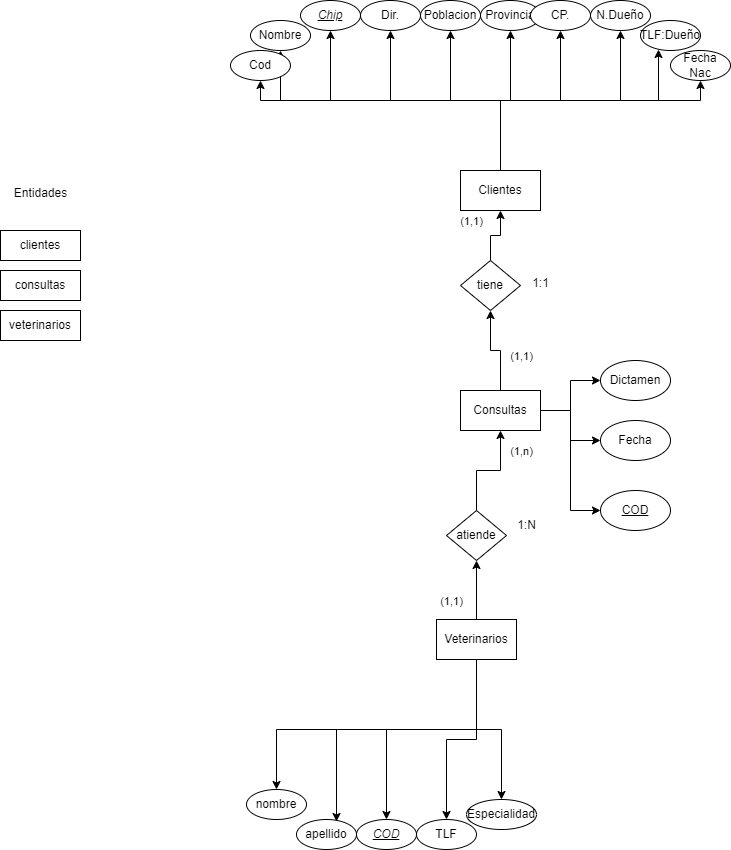
adogonz23/BAE keeps this draw.io diagram as Ejercicios/images/Diagrama_BAE_E4.drawio.png. Above is the earlier version. Source tidied: cells renumbered, new cells last; positions are measured from the earlier drawing's top-left corner, leaving out a move shared by most shapes.
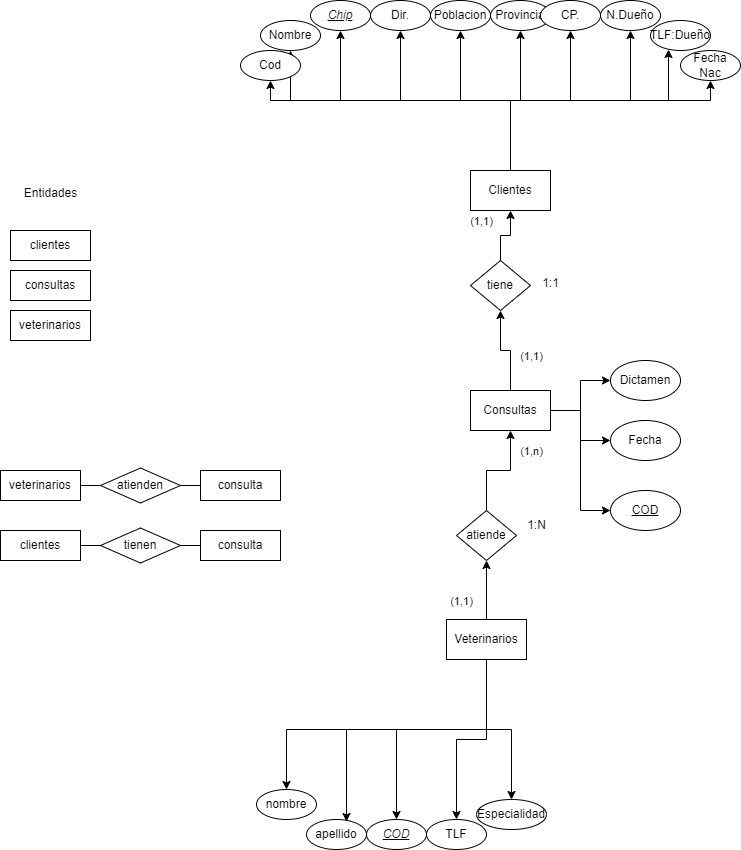
Later version of the same file.

What changed in the source:
```diff
@@ -225,5 +225,35 @@
     <mxCell id="56" value="consultas" style="rounded=0;whiteSpace=wrap;html=1;" parent="1" vertex="1">
       <mxGeometry y="270" width="80" height="30" as="geometry" />
     </mxCell>
+    <mxCell id="57" value="veterinarios" style="rounded=0;whiteSpace=wrap;html=1;" parent="1" vertex="1">
+      <mxGeometry x="-10" y="470" width="80" height="30" as="geometry" />
+    </mxCell>
+    <mxCell id="58" value="clientes" style="rounded=0;whiteSpace=wrap;html=1;" parent="1" vertex="1">
+      <mxGeometry x="-10" y="530" width="80" height="30" as="geometry" />
+    </mxCell>
+    <mxCell id="59" value="consulta" style="rounded=0;whiteSpace=wrap;html=1;" parent="1" vertex="1">
+      <mxGeometry x="190" y="470" width="80" height="30" as="geometry" />
+    </mxCell>
+    <mxCell id="60" value="consulta" style="rounded=0;whiteSpace=wrap;html=1;" parent="1" vertex="1">
+      <mxGeometry x="190" y="530" width="80" height="30" as="geometry" />
+    </mxCell>
+    <mxCell id="61" value="atienden" style="rhombus;whiteSpace=wrap;html=1;" parent="1" vertex="1">
+      <mxGeometry x="90" y="467.5" width="80" height="35" as="geometry" />
+    </mxCell>
+    <mxCell id="62" value="tienen" style="rhombus;whiteSpace=wrap;html=1;" parent="1" vertex="1">
+      <mxGeometry x="90" y="527.5" width="80" height="35" as="geometry" />
+    </mxCell>
+    <mxCell id="63" style="endArrow=none;html=1;rounded=0;entryX=1;entryY=0.5;entryDx=0;entryDy=0;exitX=0;exitY=0.5;exitDx=0;exitDy=0;" parent="1" edge="1" source="61" target="57">
+      <mxGeometry relative="1" as="geometry" />
+    </mxCell>
+    <mxCell id="64" style="endArrow=none;html=1;rounded=0;entryX=1;entryY=0.5;entryDx=0;entryDy=0;exitX=0;exitY=0.5;exitDx=0;exitDy=0;" parent="1" edge="1" source="59" target="61">
+      <mxGeometry relative="1" as="geometry" />
+    </mxCell>
+    <mxCell id="65" style="endArrow=none;html=1;rounded=0;entryX=1;entryY=0.5;entryDx=0;entryDy=0;exitX=0;exitY=0.5;exitDx=0;exitDy=0;" parent="1" edge="1" source="62" target="58">
+      <mxGeometry relative="1" as="geometry" />
+    </mxCell>
+    <mxCell id="66" style="endArrow=none;html=1;rounded=0;entryX=1;entryY=0.5;entryDx=0;entryDy=0;exitX=0;exitY=0.5;exitDx=0;exitDy=0;" parent="1" edge="1" source="60" target="62">
+      <mxGeometry relative="1" as="geometry" />
+    </mxCell>
   </root>
 </mxGraphModel>
```
